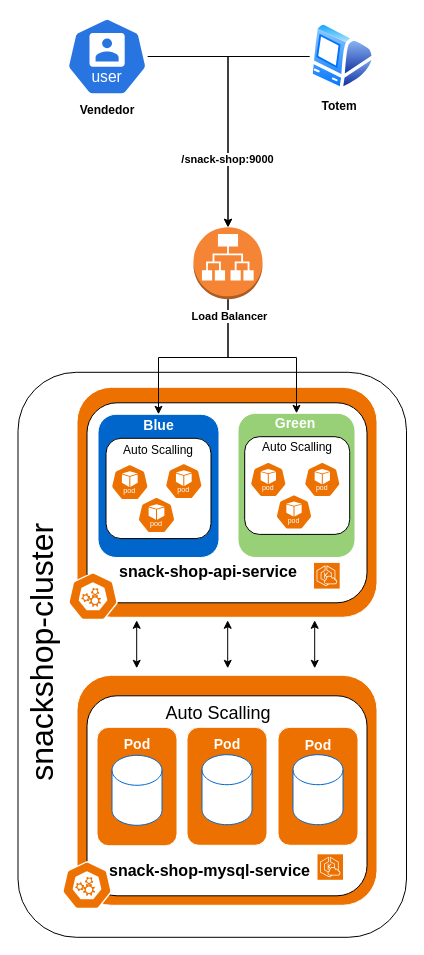
Earlier version of the draw.io diagram page "Arquitetura Cloud com EKS" (3 of 3) of src/main/resources/diagram/snack-shop-architecture.drawio (proinsighttech/snack-shop-delivery). Source tidied: cells renumbered, new cells numbered last; positions are measured from the earlier drawing's top-left corner, leaving out a move shared by most shapes. Both pictures are drawn from the tidied source at 100%, with x=0, y=0 at pixel (-144, 17).
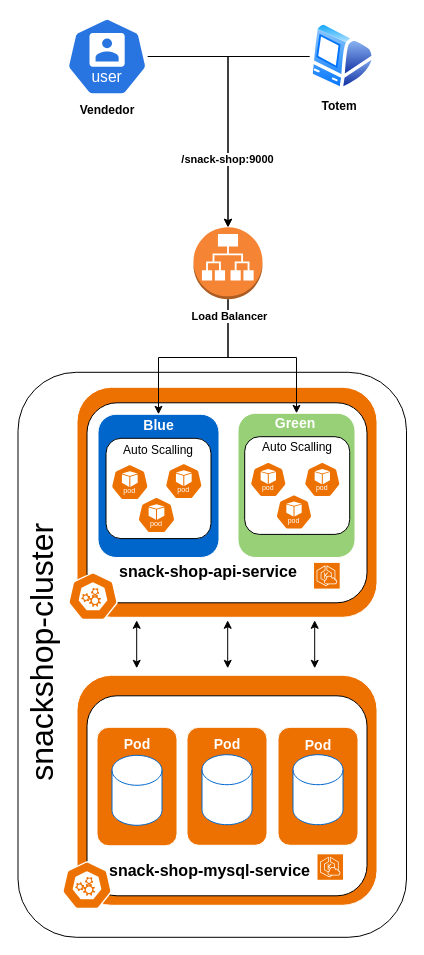
After the change.

Diff of the diagram source:
```diff
@@
-    <mxCell id="52" value="&lt;font style=&quot;font-size: 18px;&quot;&gt;Auto Scalling&lt;/font&gt;" style="text;html=1;align=center;verticalAlign=middle;whiteSpace=wrap;rounded=0;" parent="1" vertex="1">
-      <mxGeometry x="291.5" y="682.6" width="140" height="27.1" as="geometry" />
-    </mxCell>
```
